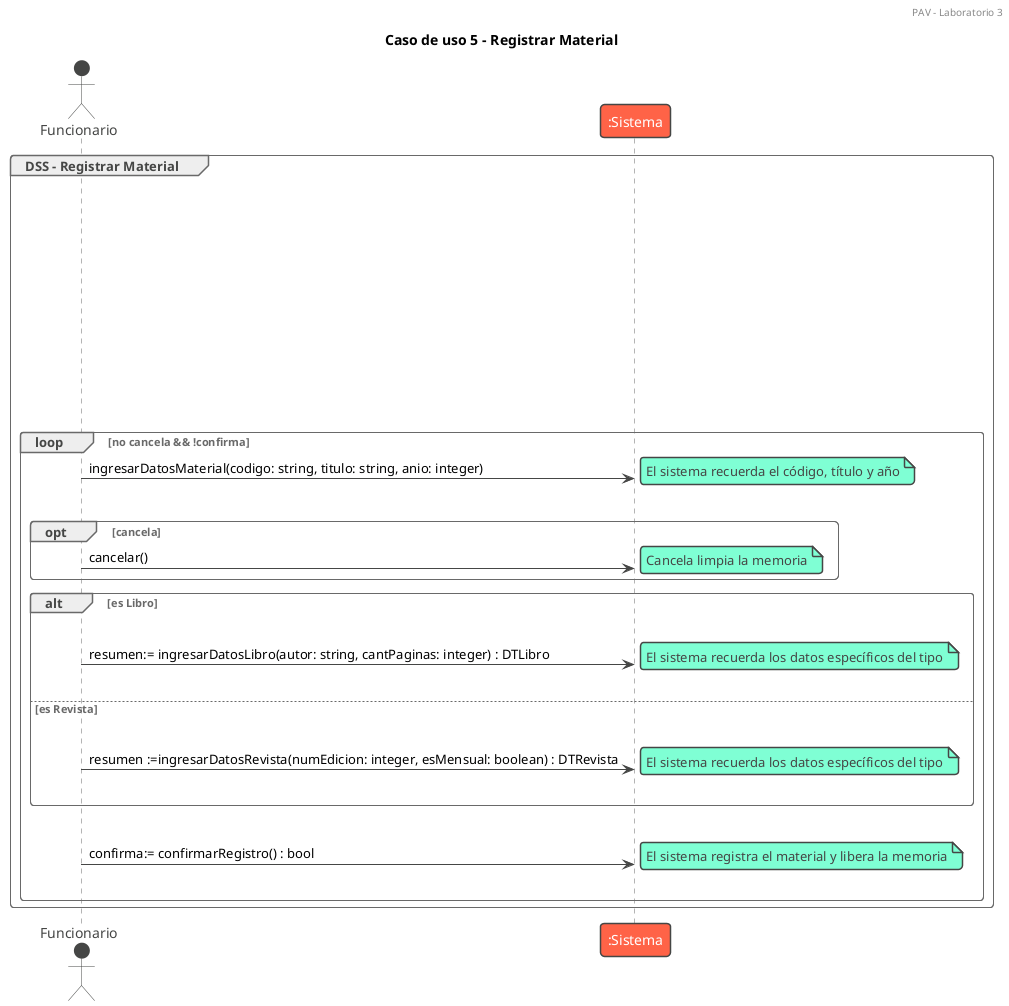
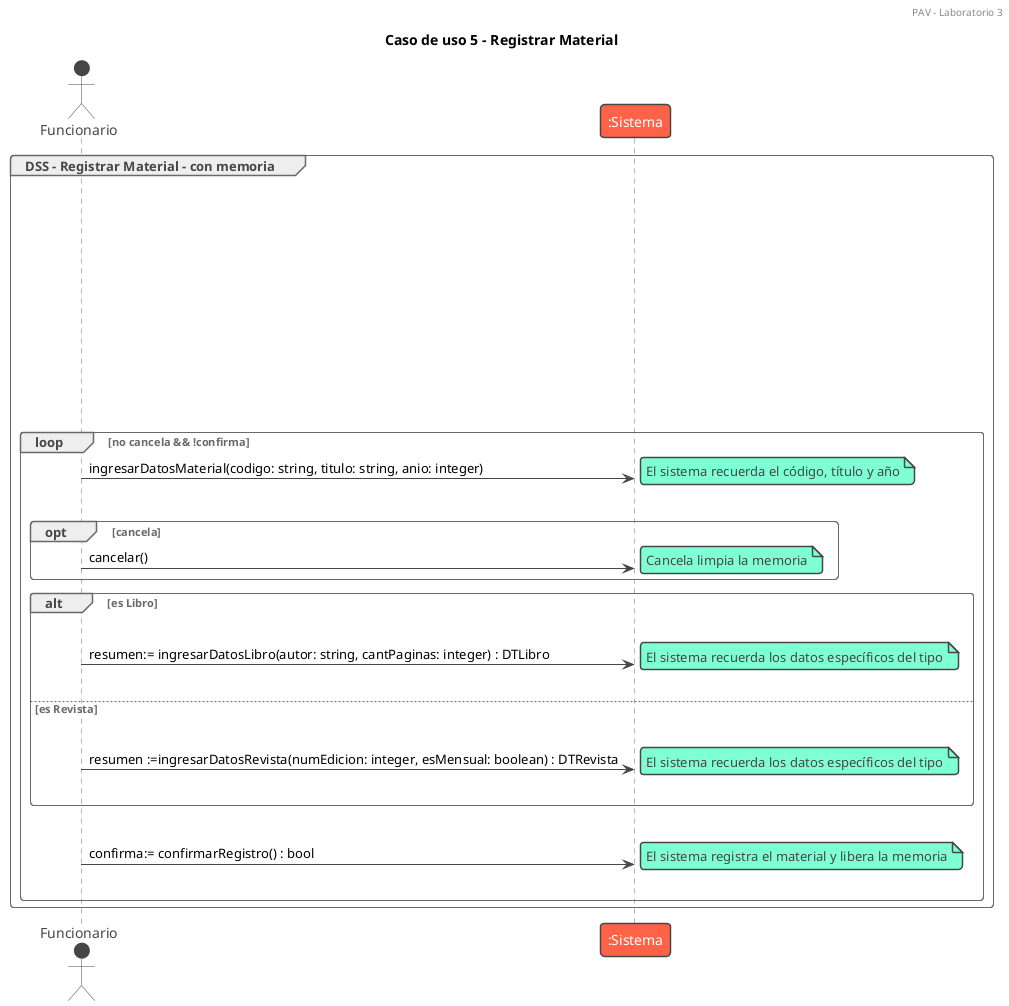
@startuml registrarMaterial

/' El caso de uso comienza cuando un funcionario, que previamente ha iniciado
sesión, desea registrar un material. El sistema solicita primero los datos generales
del material: código, título y año de publicación, y luego pide indicar el tipo de
material, que puede ser libro o revista. Si se trata de un libro, el sistema solicita
además el autor y la cantidad de páginas; si se trata de una revista, solicita el
número de edición y si es de publicación mensual. Una vez ingresada la
información correspondiente, el sistema la muestra para confirmación y, si el
funcionario confirma, registra el material'/
!theme vibrant
header PAV - Laboratorio 3

title Caso de uso 5 - Registrar Material

- group DSS - Registrar Material
+ group DSS - Registrar Material - con memoria
|||
actor Funcionario
|||
|||
|||
|||
|||
|||
|||
|||
|||
loop no cancela && !confirma
Funcionario -> ":Sistema" : ingresarDatosMaterial(codigo: string, titulo: string, anio: integer)
note right: El sistema recuerda el código, título y año
|||
opt cancela
Funcionario -> ":Sistema" : cancelar()
note right: Cancela limpia la memoria
end

alt es Libro
    |||
    Funcionario -> ":Sistema" : resumen:= ingresarDatosLibro(autor: string, cantPaginas: integer) : DTLibro
    note right: El sistema recuerda los datos específicos del tipo
    |||
else es Revista
    |||
    Funcionario -> ":Sistema" : resumen :=ingresarDatosRevista(numEdicion: integer, esMensual: boolean) : DTRevista
    note right: El sistema recuerda los datos específicos del tipo
    |||
end

|||



Funcionario -> ":Sistema" : confirma:= confirmarRegistro() : bool
note right: El sistema registra el material y libera la memoria
|||
end

end
@enduml